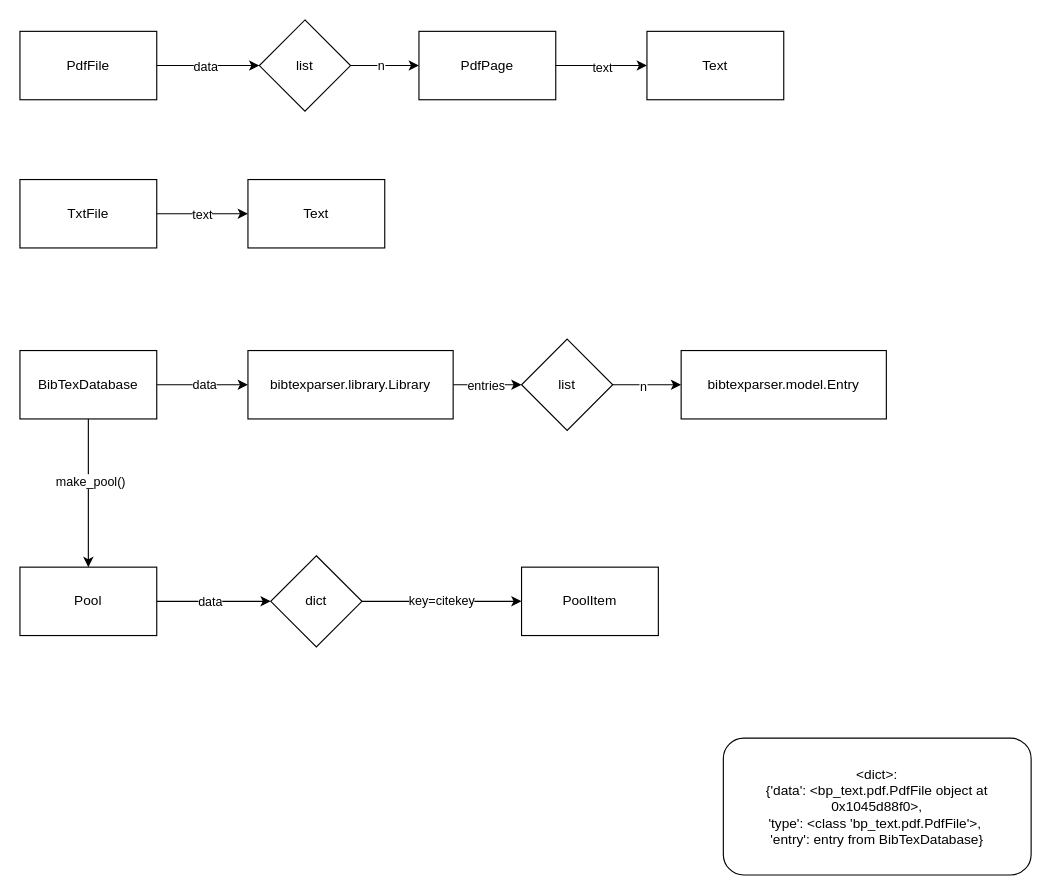
Above: python/structure.drawio in rubenphilipp/bp-text (draw.io), before the change. Source tidied: cells renumbered, new cells numbered last; positions are measured from the earlier drawing's top-left corner, leaving out a move shared by most shapes. Both pictures are drawn from the tidied source at 114%, with x=0, y=0 at pixel (19, 19).
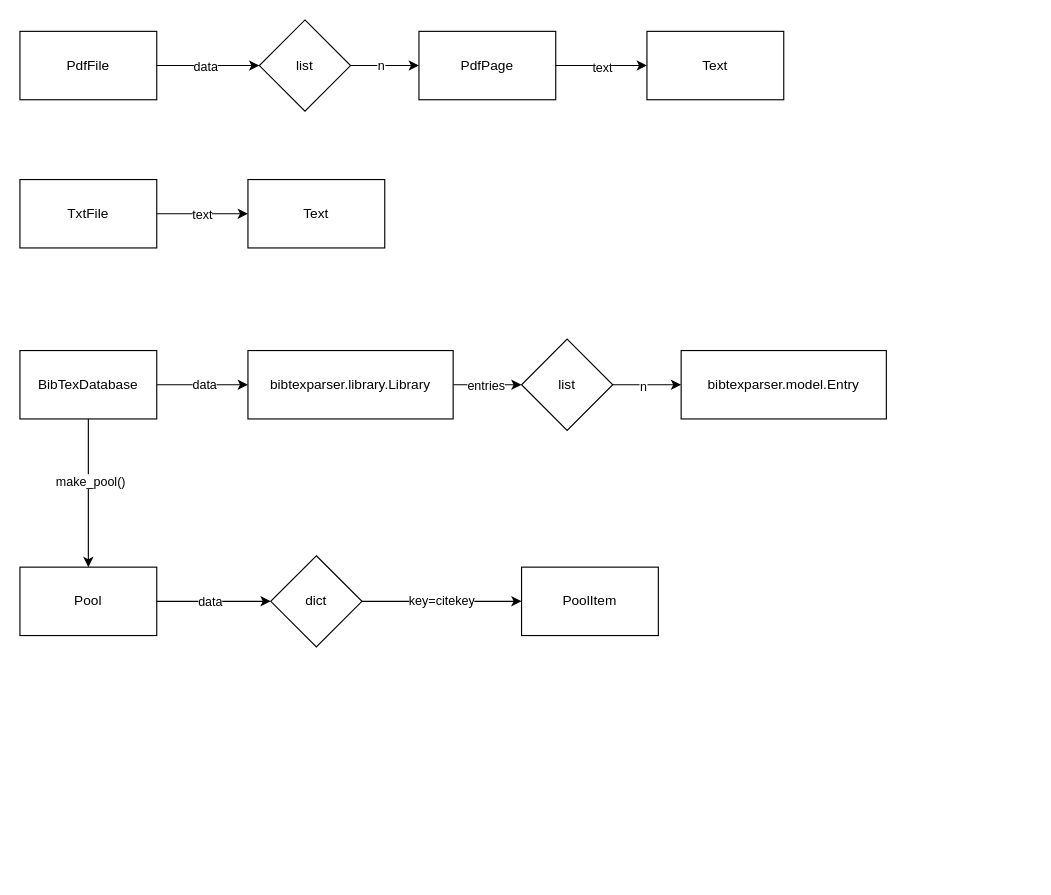
After the change.

Commit message (it also covers changes not shown here):
first prototype for pool class

The edit, as a diff of the source:
```diff
@@
-    <mxCell id="33" value="&lt;div&gt;&amp;lt;dict&amp;gt;:&lt;/div&gt;{'data': &amp;lt;bp_text.pdf.PdfFile object at 0x1045d88f0&amp;gt;,&lt;div&gt;'type': &amp;lt;class 'bp_text.pdf.PdfFile'&amp;gt;,&amp;nbsp;&lt;/div&gt;&lt;div&gt;'entry': entry from BibTexDatabase}&lt;/div&gt;" style="whiteSpace=wrap;html=1;rounded=1;" parent="1" vertex="1">
-      <mxGeometry x="617" y="630" width="270" height="120" as="geometry" />
-    </mxCell>
```
